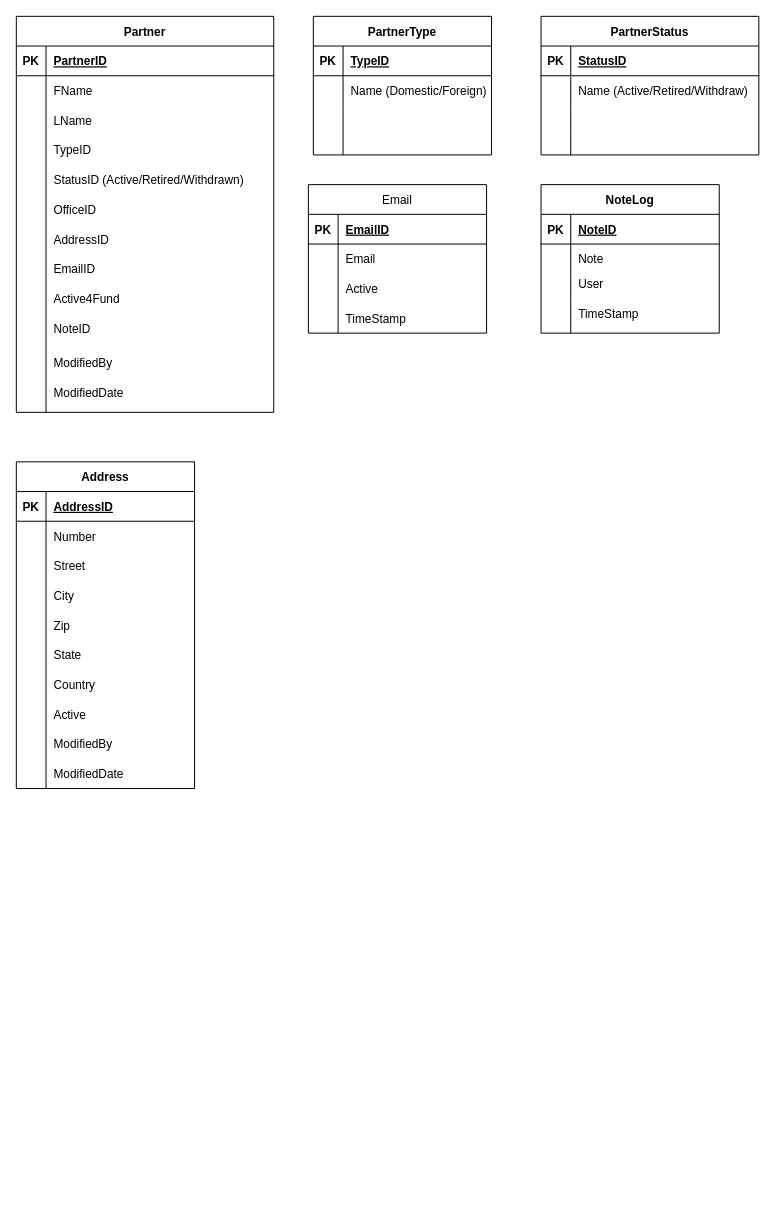
Before: page "Page-2" (2 of 3) of Web app structure.drawio in thi2411/tnguyen2, a draw.io diagram. Source tidied: cells renumbered, new cells numbered last; positions are measured from the earlier drawing's top-left corner, leaving out a move shared by most shapes. Both pictures are drawn from the tidied source at 99%, with x=0, y=0 at pixel (16, 16).
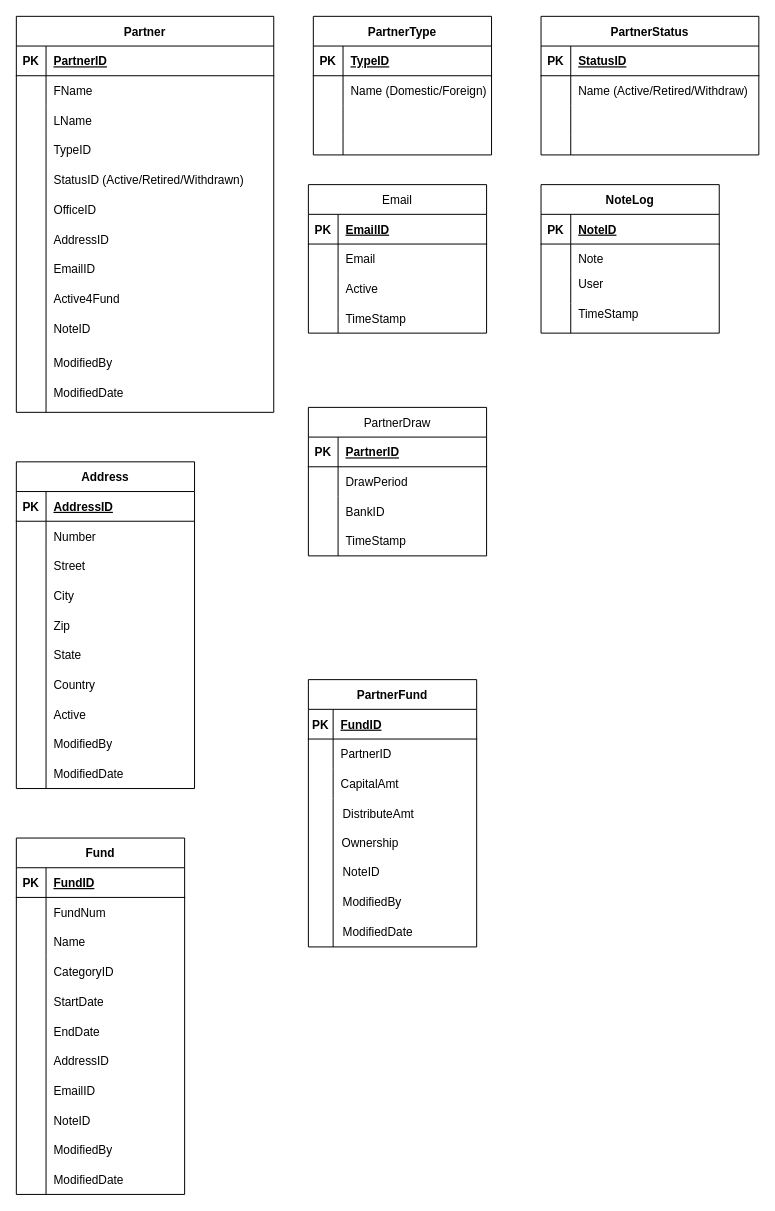
Above is the later version.

What changed in the source:
```diff
@@
+    <mxCell id="103" value="Fund" style="shape=table;startSize=30;childLayout=tableLayout;rowLines=0;fontStyle=1;align=center;" parent="1" vertex="1">
+      <mxGeometry y="830" width="170" height="360" as="geometry" />
+    </mxCell>
+    <mxCell id="104" style="shape=tableRow;horizontal=0;startSize=0;swimlaneHead=0;swimlaneBody=0;fillColor=none;top=0;left=0;right=0;bottom=1;" parent="103" vertex="1">
+      <mxGeometry y="30" width="170" height="30" as="geometry" />
+    </mxCell>
+    <mxCell id="105" value="PK" style="shape=partialRectangle;fillColor=none;top=0;left=0;bottom=0;right=0;fontStyle=1;overflow=hidden;" parent="104" vertex="1">
+      <mxGeometry width="30" height="30" as="geometry" />
+    </mxCell>
+    <mxCell id="106" value="FundID" style="shape=partialRectangle;fillColor=none;top=0;left=0;bottom=0;right=0;align=left;spacingLeft=6;fontStyle=5;overflow=hidden;" parent="104" vertex="1">
+      <mxGeometry x="30" width="140" height="30" as="geometry" />
+    </mxCell>
+    <mxCell id="107" style="shape=tableRow;horizontal=0;startSize=0;swimlaneHead=0;swimlaneBody=0;fillColor=none;top=0;left=0;right=0;bottom=0;" parent="103" vertex="1">
+      <mxGeometry y="60" width="170" height="30" as="geometry" />
+    </mxCell>
+    <mxCell id="108" style="shape=partialRectangle;fillColor=none;top=0;left=0;bottom=0;right=0;overflow=hidden;" parent="107" vertex="1">
+      <mxGeometry width="30" height="30" as="geometry" />
+    </mxCell>
+    <mxCell id="109" value="FundNum" style="shape=partialRectangle;fillColor=none;top=0;left=0;bottom=0;right=0;align=left;spacingLeft=6;overflow=hidden;" parent="107" vertex="1">
+      <mxGeometry x="30" width="140" height="30" as="geometry" />
+    </mxCell>
+    <mxCell id="110" style="shape=tableRow;horizontal=0;startSize=0;swimlaneHead=0;swimlaneBody=0;fillColor=none;top=0;left=0;right=0;bottom=0;" parent="103" vertex="1">
+      <mxGeometry y="90" width="170" height="30" as="geometry" />
+    </mxCell>
+    <mxCell id="111" style="shape=partialRectangle;fillColor=none;top=0;left=0;bottom=0;right=0;overflow=hidden;" parent="110" vertex="1">
+      <mxGeometry width="30" height="30" as="geometry" />
+    </mxCell>
+    <mxCell id="112" value="Name" style="shape=partialRectangle;fillColor=none;top=0;left=0;bottom=0;right=0;align=left;spacingLeft=6;overflow=hidden;" parent="110" vertex="1">
+      <mxGeometry x="30" width="140" height="30" as="geometry" />
+    </mxCell>
+    <mxCell id="113" style="shape=tableRow;horizontal=0;startSize=0;swimlaneHead=0;swimlaneBody=0;fillColor=none;top=0;left=0;right=0;bottom=0;" parent="103" vertex="1">
+      <mxGeometry y="120" width="170" height="240" as="geometry" />
+    </mxCell>
+    <mxCell id="114" style="shape=partialRectangle;fillColor=none;top=0;left=0;bottom=0;right=0;overflow=hidden;" parent="113" vertex="1">
+      <mxGeometry width="30" height="240" as="geometry" />
+    </mxCell>
+    <mxCell id="115" style="shape=partialRectangle;fillColor=none;top=0;left=0;bottom=0;right=0;align=left;spacingLeft=6;overflow=hidden;" parent="113" vertex="1">
+      <mxGeometry x="30" width="140" height="240" as="geometry" />
+    </mxCell>
+    <mxCell id="116" value="CategoryID    " style="shape=partialRectangle;fillColor=none;top=0;left=0;bottom=0;right=0;align=left;spacingLeft=6;overflow=hidden;" parent="1" vertex="1">
+      <mxGeometry x="30" y="950" width="150" height="30" as="geometry" />
+    </mxCell>
+    <mxCell id="117" value="EndDate" style="shape=partialRectangle;fillColor=none;top=0;left=0;bottom=0;right=0;align=left;spacingLeft=6;overflow=hidden;" parent="1" vertex="1">
+      <mxGeometry x="30" y="1010" width="150" height="30" as="geometry" />
+    </mxCell>
+    <mxCell id="118" value="AddressID" style="shape=partialRectangle;fillColor=none;top=0;left=0;bottom=0;right=0;align=left;spacingLeft=6;overflow=hidden;" parent="1" vertex="1">
+      <mxGeometry x="30" y="1040" width="150" height="30" as="geometry" />
+    </mxCell>
+    <mxCell id="119" style="shape=tableRow;horizontal=0;startSize=0;swimlaneHead=0;swimlaneBody=0;fillColor=none;top=0;left=0;right=0;bottom=0;" parent="1" vertex="1">
+      <mxGeometry x="295" y="710" width="260" height="30" as="geometry" />
+    </mxCell>
+    <mxCell id="120" style="shape=tableRow;horizontal=0;startSize=0;swimlaneHead=0;swimlaneBody=0;fillColor=none;top=0;left=0;right=0;bottom=0;" parent="1" vertex="1">
+      <mxGeometry x="295" y="740" width="260" height="30" as="geometry" />
+    </mxCell>
+    <mxCell id="121" style="shape=partialRectangle;fillColor=none;top=0;left=0;bottom=0;right=0;overflow=hidden;" parent="120" vertex="1">
+      <mxGeometry y="30" width="30" height="30" as="geometry" />
+    </mxCell>
+    <mxCell id="122" value="EmailID" style="shape=partialRectangle;fillColor=none;top=0;left=0;bottom=0;right=0;align=left;spacingLeft=6;overflow=hidden;" parent="1" vertex="1">
+      <mxGeometry x="30" y="1070" width="150" height="30" as="geometry" />
+    </mxCell>
+    <mxCell id="123" value="NoteID" style="shape=partialRectangle;fillColor=none;top=0;left=0;bottom=0;right=0;align=left;spacingLeft=6;overflow=hidden;" parent="1" vertex="1">
+      <mxGeometry x="30" y="1100" width="150" height="30" as="geometry" />
+    </mxCell>
+    <mxCell id="124" value="ModifiedBy" style="shape=partialRectangle;fillColor=none;top=0;left=0;bottom=0;right=0;align=left;spacingLeft=6;overflow=hidden;" parent="1" vertex="1">
+      <mxGeometry x="30" y="1130" width="150" height="30" as="geometry" />
+    </mxCell>
+    <mxCell id="125" value="ModifiedDate" style="shape=partialRectangle;fillColor=none;top=0;left=0;bottom=0;right=0;align=left;spacingLeft=6;overflow=hidden;" parent="1" vertex="1">
+      <mxGeometry x="30" y="1160" width="150" height="30" as="geometry" />
+    </mxCell>
+    <mxCell id="126" value="StartDate" style="shape=partialRectangle;fillColor=none;top=0;left=0;bottom=0;right=0;align=left;spacingLeft=6;overflow=hidden;" parent="1" vertex="1">
+      <mxGeometry x="30" y="980" width="150" height="30" as="geometry" />
+    </mxCell>
+    <mxCell id="127" value="PartnerDraw" style="shape=table;startSize=30;childLayout=tableLayout;rowLines=0;fontStyle=0;align=center;" parent="1" vertex="1">
+      <mxGeometry x="295" y="395" width="180" height="150" as="geometry" />
+    </mxCell>
+    <mxCell id="128" style="shape=tableRow;horizontal=0;startSize=0;swimlaneHead=0;swimlaneBody=0;fillColor=none;top=0;left=0;right=0;bottom=1;" parent="127" vertex="1">
+      <mxGeometry y="30" width="180" height="30" as="geometry" />
+    </mxCell>
+    <mxCell id="129" value="PK" style="shape=partialRectangle;fillColor=none;top=0;left=0;bottom=0;right=0;fontStyle=1;overflow=hidden;" parent="128" vertex="1">
+      <mxGeometry width="30" height="30" as="geometry" />
+    </mxCell>
+    <mxCell id="130" value="PartnerID" style="shape=partialRectangle;fillColor=none;top=0;left=0;bottom=0;right=0;align=left;spacingLeft=6;fontStyle=5;overflow=hidden;" parent="128" vertex="1">
+      <mxGeometry x="30" width="150" height="30" as="geometry" />
+    </mxCell>
+    <mxCell id="131" style="shape=tableRow;horizontal=0;startSize=0;swimlaneHead=0;swimlaneBody=0;fillColor=none;top=0;left=0;right=0;bottom=0;" parent="127" vertex="1">
+      <mxGeometry y="60" width="180" height="30" as="geometry" />
+    </mxCell>
+    <mxCell id="132" style="shape=partialRectangle;fillColor=none;top=0;left=0;bottom=0;right=0;overflow=hidden;" parent="131" vertex="1">
+      <mxGeometry width="30" height="30" as="geometry" />
+    </mxCell>
+    <mxCell id="133" value="DrawPeriod" style="shape=partialRectangle;fillColor=none;top=0;left=0;bottom=0;right=0;align=left;spacingLeft=6;overflow=hidden;" parent="131" vertex="1">
+      <mxGeometry x="30" width="150" height="30" as="geometry" />
+    </mxCell>
+    <mxCell id="134" style="shape=tableRow;horizontal=0;startSize=0;swimlaneHead=0;swimlaneBody=0;fillColor=none;top=0;left=0;right=0;bottom=0;" parent="127" vertex="1">
+      <mxGeometry y="90" width="180" height="40" as="geometry" />
+    </mxCell>
+    <mxCell id="135" style="shape=partialRectangle;fillColor=none;top=0;left=0;bottom=0;right=0;overflow=hidden;" parent="134" vertex="1">
+      <mxGeometry width="30" height="40" as="geometry" />
+    </mxCell>
+    <mxCell id="136" style="shape=partialRectangle;fillColor=none;top=0;left=0;bottom=0;right=0;align=left;spacingLeft=6;overflow=hidden;" parent="134" vertex="1">
+      <mxGeometry x="30" width="150" height="40" as="geometry" />
+    </mxCell>
+    <mxCell id="137" style="shape=tableRow;horizontal=0;startSize=0;swimlaneHead=0;swimlaneBody=0;fillColor=none;top=0;left=0;right=0;bottom=0;" parent="127" vertex="1">
+      <mxGeometry y="130" width="180" height="20" as="geometry" />
+    </mxCell>
+    <mxCell id="138" style="shape=partialRectangle;fillColor=none;top=0;left=0;bottom=0;right=0;overflow=hidden;" parent="137" vertex="1">
+      <mxGeometry width="30" height="20" as="geometry" />
+    </mxCell>
+    <mxCell id="139" style="shape=partialRectangle;fillColor=none;top=0;left=0;bottom=0;right=0;align=left;spacingLeft=6;overflow=hidden;" parent="137" vertex="1">
+      <mxGeometry x="30" width="150" height="20" as="geometry" />
+    </mxCell>
+    <mxCell id="140" value="BankID" style="shape=partialRectangle;fillColor=none;top=0;left=0;bottom=0;right=0;align=left;spacingLeft=6;overflow=hidden;" parent="1" vertex="1">
+      <mxGeometry x="325" y="485" width="150" height="30" as="geometry" />
+    </mxCell>
+    <mxCell id="141" value="TimeStamp" style="shape=partialRectangle;fillColor=none;top=0;left=0;bottom=0;right=0;align=left;spacingLeft=6;overflow=hidden;" parent="1" vertex="1">
+      <mxGeometry x="325" y="515" width="160" height="30" as="geometry" />
+    </mxCell>
+    <mxCell id="142" value="PartnerFund" style="shape=table;startSize=30;childLayout=tableLayout;rowLines=0;fontStyle=1;align=center;" parent="1" vertex="1">
+      <mxGeometry x="295" y="670" width="170" height="270" as="geometry" />
+    </mxCell>
+    <mxCell id="143" style="shape=tableRow;horizontal=0;startSize=0;swimlaneHead=0;swimlaneBody=0;fillColor=none;top=0;left=0;right=0;bottom=1;" parent="142" vertex="1">
+      <mxGeometry y="30" width="170" height="30" as="geometry" />
+    </mxCell>
+    <mxCell id="144" value="PK" style="shape=partialRectangle;fillColor=none;top=0;left=0;bottom=0;right=0;fontStyle=1;overflow=hidden;" parent="143" vertex="1">
+      <mxGeometry width="25" height="30" as="geometry" />
+    </mxCell>
+    <mxCell id="145" value="FundID" style="shape=partialRectangle;fillColor=none;top=0;left=0;bottom=0;right=0;align=left;spacingLeft=6;fontStyle=5;overflow=hidden;" parent="143" vertex="1">
+      <mxGeometry x="25" width="145" height="30" as="geometry" />
+    </mxCell>
+    <mxCell id="146" style="shape=tableRow;horizontal=0;startSize=0;swimlaneHead=0;swimlaneBody=0;fillColor=none;top=0;left=0;right=0;bottom=0;" parent="142" vertex="1">
+      <mxGeometry y="60" width="170" height="30" as="geometry" />
+    </mxCell>
+    <mxCell id="147" style="shape=partialRectangle;fillColor=none;top=0;left=0;bottom=0;right=0;overflow=hidden;" parent="146" vertex="1">
+      <mxGeometry width="25" height="30" as="geometry" />
+    </mxCell>
+    <mxCell id="148" value="PartnerID" style="shape=partialRectangle;fillColor=none;top=0;left=0;bottom=0;right=0;align=left;spacingLeft=6;overflow=hidden;" parent="146" vertex="1">
+      <mxGeometry x="25" width="145" height="30" as="geometry" />
+    </mxCell>
+    <mxCell id="149" style="shape=tableRow;horizontal=0;startSize=0;swimlaneHead=0;swimlaneBody=0;fillColor=none;top=0;left=0;right=0;bottom=0;" parent="142" vertex="1">
+      <mxGeometry y="90" width="170" height="30" as="geometry" />
+    </mxCell>
+    <mxCell id="150" style="shape=partialRectangle;fillColor=none;top=0;left=0;bottom=0;right=0;overflow=hidden;" parent="149" vertex="1">
+      <mxGeometry width="25" height="30" as="geometry" />
+    </mxCell>
+    <mxCell id="151" value="CapitalAmt" style="shape=partialRectangle;fillColor=none;top=0;left=0;bottom=0;right=0;align=left;spacingLeft=6;overflow=hidden;" parent="149" vertex="1">
+      <mxGeometry x="25" width="145" height="30" as="geometry" />
+    </mxCell>
+    <mxCell id="152" style="shape=tableRow;horizontal=0;startSize=0;swimlaneHead=0;swimlaneBody=0;fillColor=none;top=0;left=0;right=0;bottom=0;" parent="142" vertex="1">
+      <mxGeometry y="120" width="170" height="150" as="geometry" />
+    </mxCell>
+    <mxCell id="153" style="shape=partialRectangle;fillColor=none;top=0;left=0;bottom=0;right=0;overflow=hidden;" parent="152" vertex="1">
+      <mxGeometry width="25" height="150" as="geometry" />
+    </mxCell>
+    <mxCell id="154" style="shape=partialRectangle;fillColor=none;top=0;left=0;bottom=0;right=0;align=left;spacingLeft=6;overflow=hidden;" parent="152" vertex="1">
+      <mxGeometry x="25" width="145" height="150" as="geometry" />
+    </mxCell>
+    <mxCell id="155" value="DistributeAmt" style="shape=partialRectangle;fillColor=none;top=0;left=0;bottom=0;right=0;align=left;spacingLeft=6;overflow=hidden;" parent="1" vertex="1">
+      <mxGeometry x="322" y="790" width="150" height="30" as="geometry" />
+    </mxCell>
+    <mxCell id="156" value="NoteID" style="shape=partialRectangle;fillColor=none;top=0;left=0;bottom=0;right=0;align=left;spacingLeft=6;overflow=hidden;" parent="1" vertex="1">
+      <mxGeometry x="322" y="849" width="150" height="30" as="geometry" />
+    </mxCell>
+    <mxCell id="157" value="ModifiedBy" style="shape=partialRectangle;fillColor=none;top=0;left=0;bottom=0;right=0;align=left;spacingLeft=6;overflow=hidden;" parent="1" vertex="1">
+      <mxGeometry x="322" y="879" width="150" height="30" as="geometry" />
+    </mxCell>
+    <mxCell id="158" value="ModifiedDate" style="shape=partialRectangle;fillColor=none;top=0;left=0;bottom=0;right=0;align=left;spacingLeft=6;overflow=hidden;" parent="1" vertex="1">
+      <mxGeometry x="322" y="909" width="150" height="30" as="geometry" />
+    </mxCell>
+    <mxCell id="159" value="Ownership" style="shape=partialRectangle;fillColor=none;top=0;left=0;bottom=0;right=0;align=left;spacingLeft=6;overflow=hidden;" parent="1" vertex="1">
+      <mxGeometry x="321" y="820" width="150" height="30" as="geometry" />
+    </mxCell>
```
